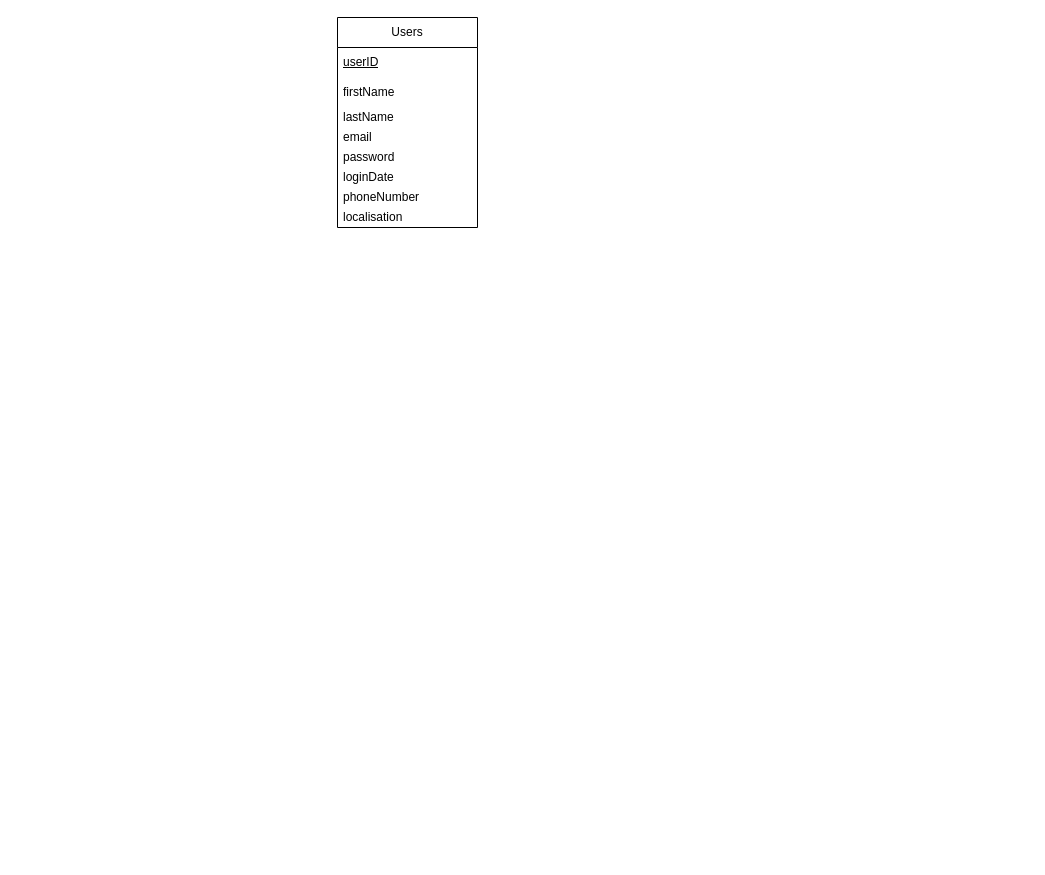
Claude-Mutela/mcd-diagramme keeps this draw.io diagram as MCD XCLONE.drawio. Above is the earlier version. Source tidied: cells renumbered, new cells numbered last; positions are measured from the earlier drawing's top-left corner, leaving out a move shared by most shapes. Both pictures are drawn from the tidied source at 100%, with x=0, y=0 at pixel (337, 17).
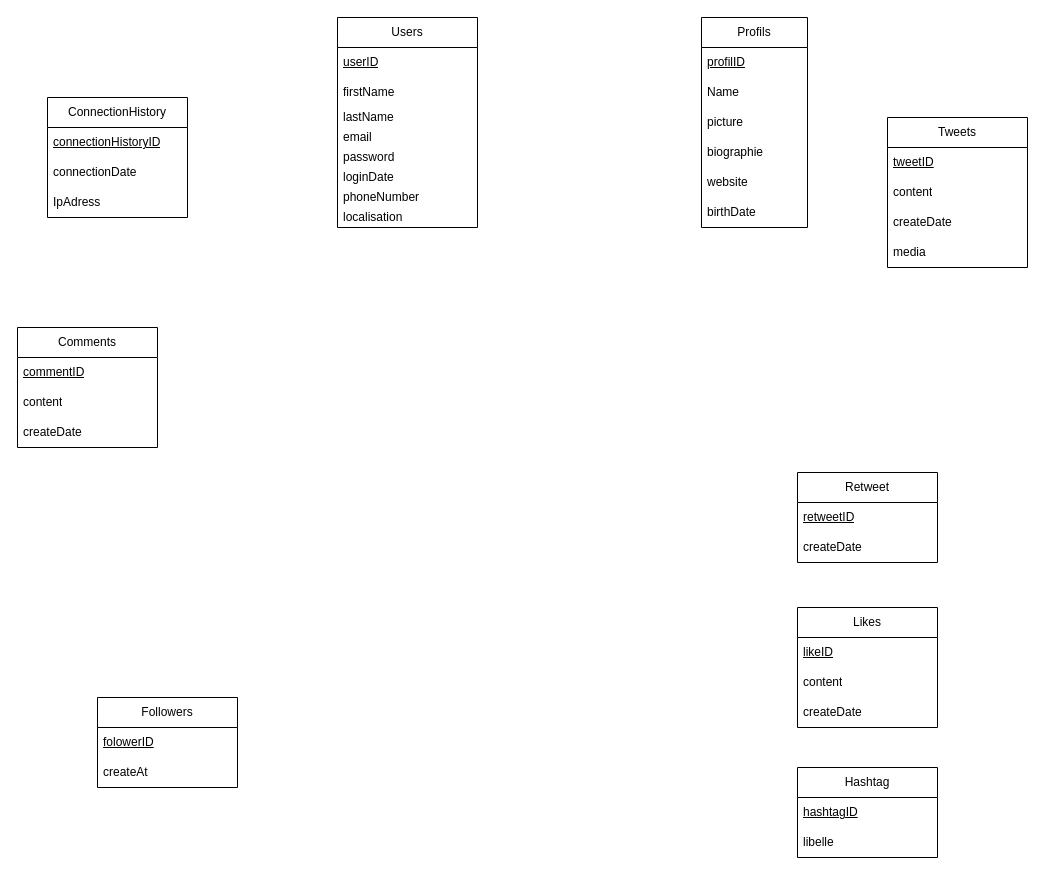
The same page after the edit.

Commit message:
Création des toutes les tables du MCD XCLONE.drawio

Change to the diagram source:
```diff
@@
+    <mxCell id="11" value="Profils" style="swimlane;fontStyle=0;horizontal=1;startSize=30;whiteSpace=wrap;html=1;" parent="1" vertex="1">
+      <mxGeometry x="364" width="106" height="210" as="geometry" />
+    </mxCell>
+    <mxCell id="12" value="&lt;u&gt;profilID&lt;/u&gt;" style="text;strokeColor=none;fillColor=none;align=left;verticalAlign=middle;spacingLeft=4;spacingRight=4;overflow=hidden;whiteSpace=wrap;html=1;" parent="11" vertex="1">
+      <mxGeometry y="30" width="106" height="30" as="geometry" />
+    </mxCell>
+    <mxCell id="13" value="Name" style="text;strokeColor=none;fillColor=none;align=left;verticalAlign=middle;spacingLeft=4;spacingRight=4;overflow=hidden;whiteSpace=wrap;html=1;" parent="11" vertex="1">
+      <mxGeometry y="60" width="106" height="30" as="geometry" />
+    </mxCell>
+    <mxCell id="14" value="picture" style="text;strokeColor=none;fillColor=none;align=left;verticalAlign=middle;spacingLeft=4;spacingRight=4;overflow=hidden;whiteSpace=wrap;html=1;" parent="11" vertex="1">
+      <mxGeometry y="90" width="106" height="30" as="geometry" />
+    </mxCell>
+    <mxCell id="15" value="biographie" style="text;strokeColor=none;fillColor=none;align=left;verticalAlign=middle;spacingLeft=4;spacingRight=4;overflow=hidden;whiteSpace=wrap;html=1;" parent="11" vertex="1">
+      <mxGeometry y="120" width="106" height="30" as="geometry" />
+    </mxCell>
+    <mxCell id="16" value="website" style="text;strokeColor=none;fillColor=none;align=left;verticalAlign=middle;spacingLeft=4;spacingRight=4;overflow=hidden;whiteSpace=wrap;html=1;" parent="11" vertex="1">
+      <mxGeometry y="150" width="106" height="30" as="geometry" />
+    </mxCell>
+    <mxCell id="17" value="birthDate" style="text;strokeColor=none;fillColor=none;align=left;verticalAlign=middle;spacingLeft=4;spacingRight=4;overflow=hidden;whiteSpace=wrap;html=1;" parent="11" vertex="1">
+      <mxGeometry y="180" width="106" height="30" as="geometry" />
+    </mxCell>
+    <mxCell id="18" value="ConnectionHistory" style="swimlane;fontStyle=0;horizontal=1;startSize=30;whiteSpace=wrap;html=1;" parent="1" vertex="1">
+      <mxGeometry x="-290" y="80" width="140" height="120" as="geometry" />
+    </mxCell>
+    <mxCell id="19" value="&lt;u&gt;connectionHistoryID&lt;/u&gt;" style="text;strokeColor=none;fillColor=none;align=left;verticalAlign=middle;spacingLeft=4;spacingRight=4;overflow=hidden;whiteSpace=wrap;html=1;" parent="18" vertex="1">
+      <mxGeometry y="30" width="140" height="30" as="geometry" />
+    </mxCell>
+    <mxCell id="20" value="connectionDate" style="text;strokeColor=none;fillColor=none;align=left;verticalAlign=middle;spacingLeft=4;spacingRight=4;overflow=hidden;whiteSpace=wrap;html=1;" parent="18" vertex="1">
+      <mxGeometry y="60" width="140" height="30" as="geometry" />
+    </mxCell>
+    <mxCell id="21" value="IpAdress" style="text;strokeColor=none;fillColor=none;align=left;verticalAlign=middle;spacingLeft=4;spacingRight=4;overflow=hidden;whiteSpace=wrap;html=1;" parent="18" vertex="1">
+      <mxGeometry y="90" width="140" height="30" as="geometry" />
+    </mxCell>
+    <mxCell id="22" value="Tweets" style="swimlane;fontStyle=0;horizontal=1;startSize=30;whiteSpace=wrap;html=1;" parent="1" vertex="1">
+      <mxGeometry x="550" y="100" width="140" height="150" as="geometry" />
+    </mxCell>
+    <mxCell id="23" value="&lt;u&gt;tweetID&lt;/u&gt;" style="text;strokeColor=none;fillColor=none;align=left;verticalAlign=middle;spacingLeft=4;spacingRight=4;overflow=hidden;whiteSpace=wrap;html=1;" parent="22" vertex="1">
+      <mxGeometry y="30" width="140" height="30" as="geometry" />
+    </mxCell>
+    <mxCell id="24" value="content" style="text;strokeColor=none;fillColor=none;align=left;verticalAlign=middle;spacingLeft=4;spacingRight=4;overflow=hidden;whiteSpace=wrap;html=1;" parent="22" vertex="1">
+      <mxGeometry y="60" width="140" height="30" as="geometry" />
+    </mxCell>
+    <mxCell id="25" value="createDate" style="text;strokeColor=none;fillColor=none;align=left;verticalAlign=middle;spacingLeft=4;spacingRight=4;overflow=hidden;whiteSpace=wrap;html=1;" parent="22" vertex="1">
+      <mxGeometry y="90" width="140" height="30" as="geometry" />
+    </mxCell>
+    <mxCell id="26" value="media" style="text;strokeColor=none;fillColor=none;align=left;verticalAlign=middle;spacingLeft=4;spacingRight=4;overflow=hidden;whiteSpace=wrap;html=1;" parent="22" vertex="1">
+      <mxGeometry y="120" width="140" height="30" as="geometry" />
+    </mxCell>
+    <mxCell id="27" value="Comments" style="swimlane;fontStyle=0;horizontal=1;startSize=30;whiteSpace=wrap;html=1;" parent="1" vertex="1">
+      <mxGeometry x="-320" y="310" width="140" height="120" as="geometry" />
+    </mxCell>
+    <mxCell id="28" value="&lt;u&gt;commentID&lt;/u&gt;" style="text;strokeColor=none;fillColor=none;align=left;verticalAlign=middle;spacingLeft=4;spacingRight=4;overflow=hidden;whiteSpace=wrap;html=1;" parent="27" vertex="1">
+      <mxGeometry y="30" width="140" height="30" as="geometry" />
+    </mxCell>
+    <mxCell id="29" value="content" style="text;strokeColor=none;fillColor=none;align=left;verticalAlign=middle;spacingLeft=4;spacingRight=4;overflow=hidden;whiteSpace=wrap;html=1;" parent="27" vertex="1">
+      <mxGeometry y="60" width="140" height="30" as="geometry" />
+    </mxCell>
+    <mxCell id="30" value="createDate" style="text;strokeColor=none;fillColor=none;align=left;verticalAlign=middle;spacingLeft=4;spacingRight=4;overflow=hidden;whiteSpace=wrap;html=1;" parent="27" vertex="1">
+      <mxGeometry y="90" width="140" height="30" as="geometry" />
+    </mxCell>
+    <mxCell id="31" value="Likes" style="swimlane;fontStyle=0;horizontal=1;startSize=30;whiteSpace=wrap;html=1;" parent="1" vertex="1">
+      <mxGeometry x="460" y="590" width="140" height="120" as="geometry" />
+    </mxCell>
+    <mxCell id="32" value="&lt;u&gt;likeID&lt;/u&gt;" style="text;strokeColor=none;fillColor=none;align=left;verticalAlign=middle;spacingLeft=4;spacingRight=4;overflow=hidden;whiteSpace=wrap;html=1;" parent="31" vertex="1">
+      <mxGeometry y="30" width="140" height="30" as="geometry" />
+    </mxCell>
+    <mxCell id="33" value="content" style="text;strokeColor=none;fillColor=none;align=left;verticalAlign=middle;spacingLeft=4;spacingRight=4;overflow=hidden;whiteSpace=wrap;html=1;" parent="31" vertex="1">
+      <mxGeometry y="60" width="140" height="30" as="geometry" />
+    </mxCell>
+    <mxCell id="34" value="createDate" style="text;strokeColor=none;fillColor=none;align=left;verticalAlign=middle;spacingLeft=4;spacingRight=4;overflow=hidden;whiteSpace=wrap;html=1;" parent="31" vertex="1">
+      <mxGeometry y="90" width="140" height="30" as="geometry" />
+    </mxCell>
+    <mxCell id="35" value="Retweet" style="swimlane;fontStyle=0;horizontal=1;startSize=30;whiteSpace=wrap;html=1;" parent="1" vertex="1">
+      <mxGeometry x="460" y="455" width="140" height="90" as="geometry" />
+    </mxCell>
+    <mxCell id="36" value="&lt;u&gt;retweetID&lt;/u&gt;" style="text;strokeColor=none;fillColor=none;align=left;verticalAlign=middle;spacingLeft=4;spacingRight=4;overflow=hidden;whiteSpace=wrap;html=1;" parent="35" vertex="1">
+      <mxGeometry y="30" width="140" height="30" as="geometry" />
+    </mxCell>
+    <mxCell id="37" value="createDate" style="text;strokeColor=none;fillColor=none;align=left;verticalAlign=middle;spacingLeft=4;spacingRight=4;overflow=hidden;whiteSpace=wrap;html=1;" parent="35" vertex="1">
+      <mxGeometry y="60" width="140" height="30" as="geometry" />
+    </mxCell>
+    <mxCell id="38" value="Hashtag" style="swimlane;fontStyle=0;horizontal=1;startSize=30;whiteSpace=wrap;html=1;" parent="1" vertex="1">
+      <mxGeometry x="460" y="750" width="140" height="90" as="geometry" />
+    </mxCell>
+    <mxCell id="39" value="&lt;u&gt;hashtagID&lt;/u&gt;" style="text;strokeColor=none;fillColor=none;align=left;verticalAlign=middle;spacingLeft=4;spacingRight=4;overflow=hidden;whiteSpace=wrap;html=1;" parent="38" vertex="1">
+      <mxGeometry y="30" width="140" height="30" as="geometry" />
+    </mxCell>
+    <mxCell id="40" value="libelle" style="text;strokeColor=none;fillColor=none;align=left;verticalAlign=middle;spacingLeft=4;spacingRight=4;overflow=hidden;whiteSpace=wrap;html=1;" parent="38" vertex="1">
+      <mxGeometry y="60" width="140" height="30" as="geometry" />
+    </mxCell>
+    <mxCell id="41" value="Followers" style="swimlane;fontStyle=0;horizontal=1;startSize=30;whiteSpace=wrap;html=1;" parent="1" vertex="1">
+      <mxGeometry x="-240" y="680" width="140" height="90" as="geometry" />
+    </mxCell>
+    <mxCell id="42" value="&lt;u&gt;folowerID&lt;/u&gt;" style="text;strokeColor=none;fillColor=none;align=left;verticalAlign=middle;spacingLeft=4;spacingRight=4;overflow=hidden;whiteSpace=wrap;html=1;" parent="41" vertex="1">
+      <mxGeometry y="30" width="140" height="30" as="geometry" />
+    </mxCell>
+    <mxCell id="43" value="createAt" style="text;strokeColor=none;fillColor=none;align=left;verticalAlign=middle;spacingLeft=4;spacingRight=4;overflow=hidden;whiteSpace=wrap;html=1;" parent="41" vertex="1">
+      <mxGeometry y="60" width="140" height="30" as="geometry" />
+    </mxCell>
```
